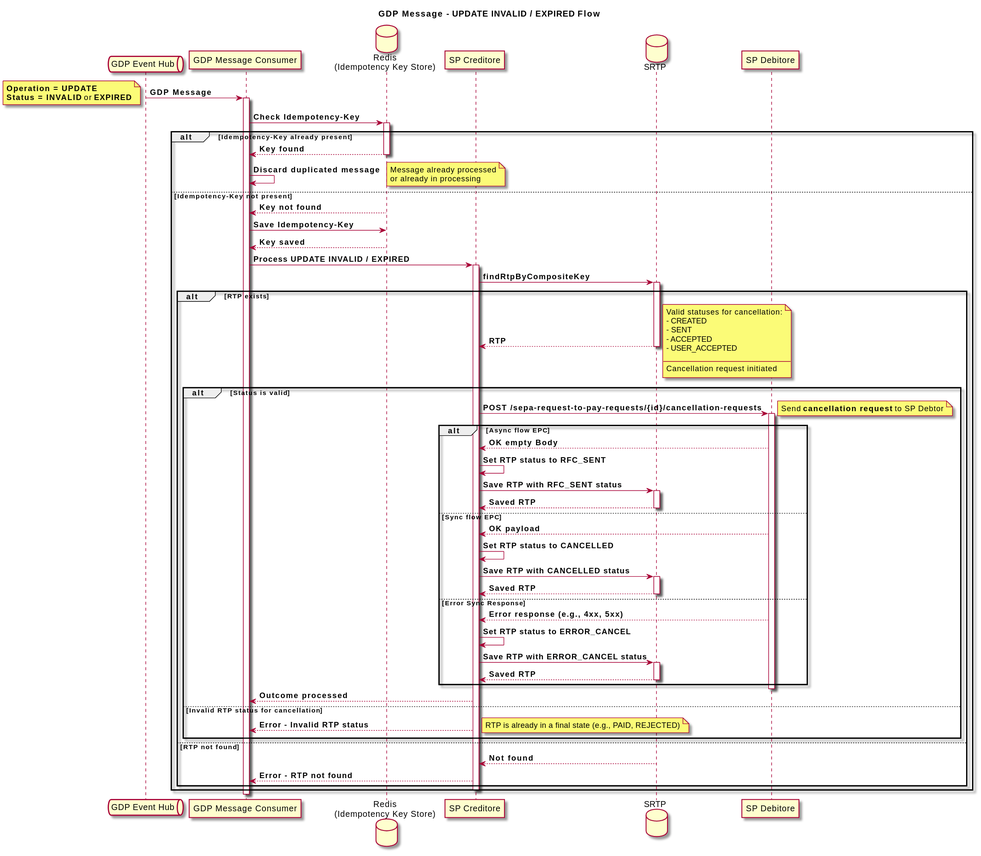
The PlantUML diagram diagrams/update-expired-invalid-queue-schema.svg in pagopa/rtp-docs, before a commit.
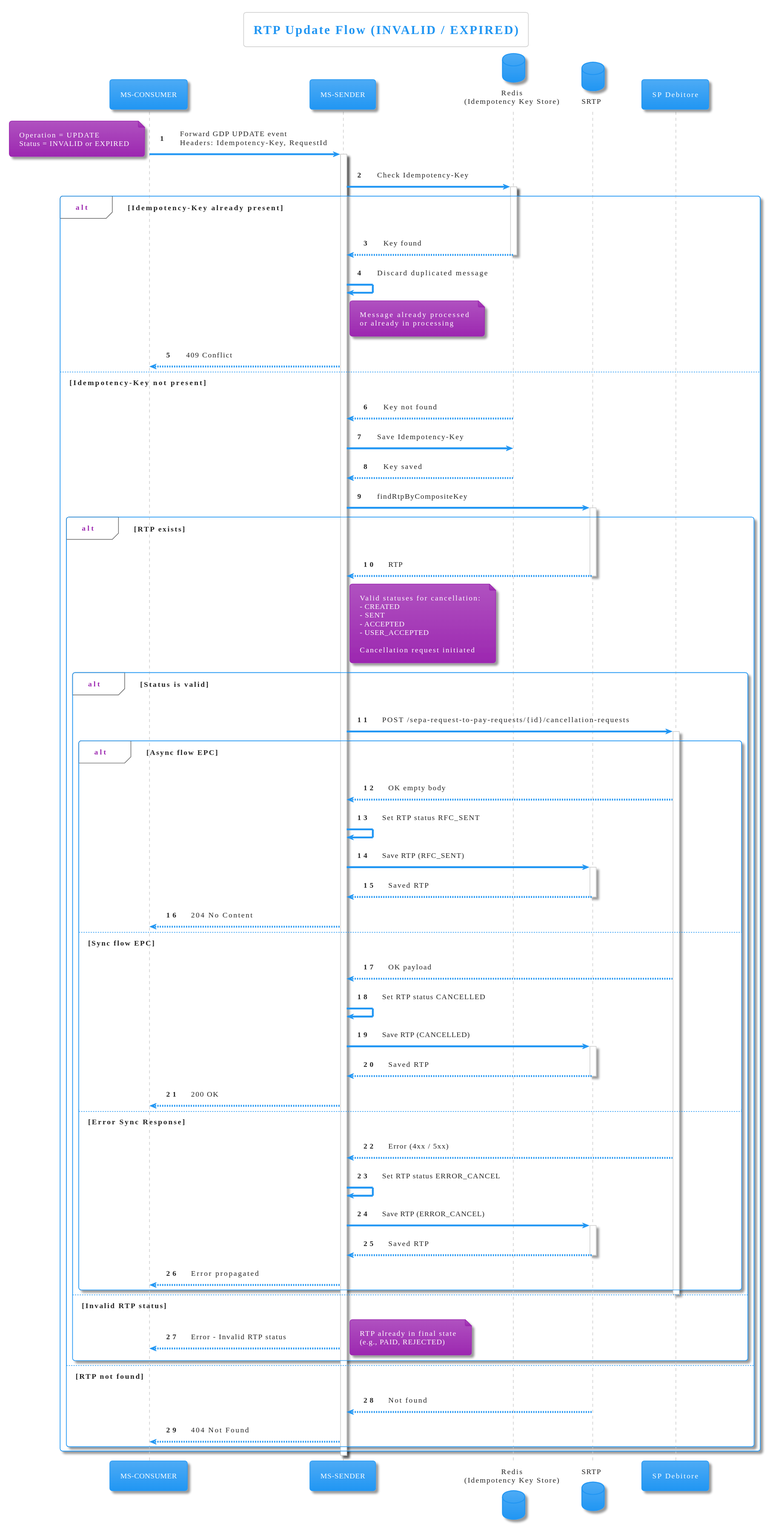
After the change.

What changed in the source:
```diff
@@ -1,107 +1,108 @@
 @startuml
-skin rose
-title GDP Message - **UPDATE INVALID / EXPIRED** Flow
+!theme materia
 
-queue "GDP Event Hub" as Queue
-participant "GDP Message Consumer" as Consumer
+title RTP Update Flow (INVALID / EXPIRED)
+
+participant "MS-CONSUMER" as CONSUMER
+participant "MS-SENDER" as SENDER
 database "Redis\n(Idempotency Key Store)" as REDIS
-participant "SP Creditore" as SPC
 database "SRTP" as SRTP
 participant "SP Debitore" as SPD
 
-Queue -> Consumer: **GDP Message**
+autonumber
+
+CONSUMER -> SENDER: Forward GDP UPDATE event\nHeaders: Idempotency-Key, RequestId
 note left
-  **Operation = UPDATE**
-  **Status = INVALID** or **EXPIRED**
+  Operation = UPDATE
+  Status = INVALID or EXPIRED
 end note
 
-activate Consumer
+activate SENDER
 
-Consumer -> REDIS: **Check Idempotency-Key**
+SENDER -> REDIS: Check Idempotency-Key
 activate REDIS
 
-alt **Idempotency-Key already present**
-  REDIS --> Consumer: **Key found**
+alt Idempotency-Key already present
+  REDIS --> SENDER: Key found
   deactivate REDIS
-  Consumer -> Consumer: **Discard duplicated message**
-  note right
+  SENDER -> SENDER: Discard duplicated message
+  note right of SENDER
     Message already processed
     or already in processing
   end note
+  SENDER --> CONSUMER: 409 Conflict
 
-else **Idempotency-Key not present**
-  REDIS --> Consumer: **Key not found**
-  Consumer -> REDIS: **Save Idempotency-Key**
-  REDIS --> Consumer: **Key saved**
+else Idempotency-Key not present
+  REDIS --> SENDER: Key not found
+  SENDER -> REDIS: Save Idempotency-Key
+  REDIS --> SENDER: Key saved
   deactivate REDIS
 
-  Consumer -> SPC: **Process UPDATE INVALID / EXPIRED**
-  activate SPC
-
-  SPC -> SRTP: **findRtpByCompositeKey**
+  SENDER -> SRTP: findRtpByCompositeKey
   activate SRTP
 
-  alt **RTP exists**
-    SRTP --> SPC: **RTP**
+  alt RTP exists
+    SRTP --> SENDER: RTP
     deactivate SRTP
 
-    note right
+    note right of SENDER
       Valid statuses for cancellation:
       - CREATED
       - SENT
       - ACCEPTED
       - USER_ACCEPTED
 
-      ---
       Cancellation request initiated
     end note
 
-    alt **Status is valid**
-      SPC -> SPD: **POST /sepa-request-to-pay-requests/{id}/cancellation-requests**
-      note right: Send **cancellation request** to SP Debtor
+    alt Status is valid
+      SENDER -> SPD: POST /sepa-request-to-pay-requests/{id}/cancellation-requests
       activate SPD
 
-      alt **Async flow EPC**
-        SPD --> SPC: **OK empty Body**
-        SPC -> SPC: **Set RTP status to RFC_SENT**
-        SPC -> SRTP: **Save RTP with RFC_SENT status**
+      alt Async flow EPC
+        SPD --> SENDER: OK empty body
+        SENDER -> SENDER: Set RTP status RFC_SENT
+        SENDER -> SRTP: Save RTP (RFC_SENT)
         activate SRTP
-        SRTP --> SPC: **Saved RTP**
+        SRTP --> SENDER: Saved RTP
         deactivate SRTP
+        SENDER --> CONSUMER: 204 No Content
 
-      else **Sync flow EPC**
-        SPD --> SPC: **OK payload**
-        SPC -> SPC: **Set RTP status to CANCELLED**
-        SPC -> SRTP: **Save RTP with CANCELLED status**
+      else Sync flow EPC
+        SPD --> SENDER: OK payload
+        SENDER -> SENDER: Set RTP status CANCELLED
+        SENDER -> SRTP: Save RTP (CANCELLED)
         activate SRTP
-        SRTP --> SPC: **Saved RTP**
+        SRTP --> SENDER: Saved RTP
         deactivate SRTP
+        SENDER --> CONSUMER: 200 OK
 
-      else **Error Sync Response**
-        SPD --> SPC: **Error response (e.g., 4xx, 5xx)**
-        SPC -> SPC: **Set RTP status to ERROR_CANCEL**
-        SPC -> SRTP: **Save RTP with ERROR_CANCEL status**
+      else Error Sync Response
+        SPD --> SENDER: Error (4xx / 5xx)
+        SENDER -> SENDER: Set RTP status ERROR_CANCEL
+        SENDER -> SRTP: Save RTP (ERROR_CANCEL)
         activate SRTP
-        SRTP --> SPC: **Saved RTP**
+        SRTP --> SENDER: Saved RTP
         deactivate SRTP
+        SENDER --> CONSUMER: Error propagated
       end
 
       deactivate SPD
-      SPC --> Consumer: **Outcome processed**
 
-    else **Invalid RTP status for cancellation**
-      SPC --> Consumer: **Error - Invalid RTP status**
-      note right: RTP is already in a final state (e.g., PAID, REJECTED)
+    else Invalid RTP status
+      SENDER --> CONSUMER: Error - Invalid RTP status
+      note right
+        RTP already in final state
+        (e.g., PAID, REJECTED)
+      end note
     end
 
-  else **RTP not found**
-    SRTP --> SPC: **Not found**
+  else RTP not found
+    SRTP --> SENDER: Not found
     deactivate SRTP
-    SPC --> Consumer: **Error - RTP not found**
+    SENDER --> CONSUMER: 404 Not Found
   end
-
-  deactivate SPC
 end
 
-deactivate Consumer
+deactivate SENDER
 @enduml
```
